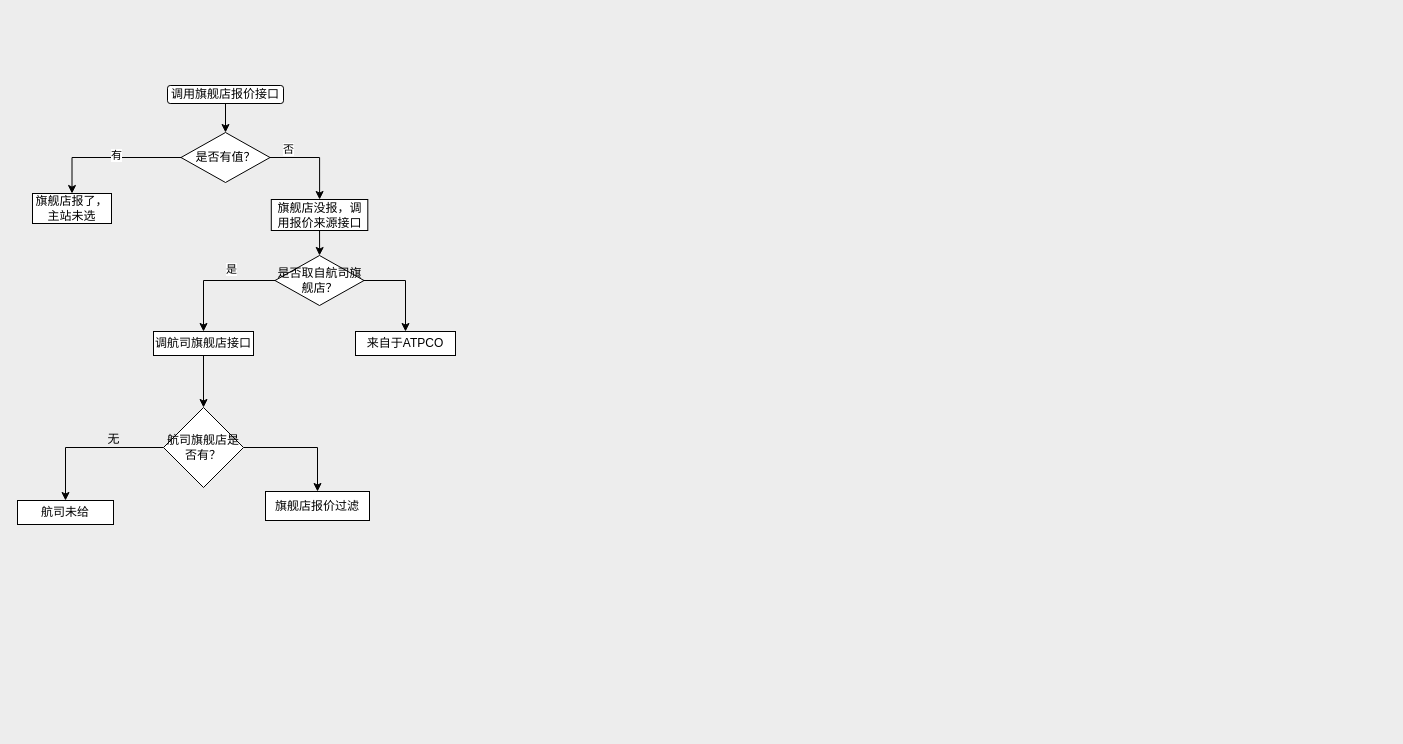
This is page "第 2 页" (2 of 2) of 国际qt中转问题.drawio from liuzhongye/draw-io, a draw.io file, before an edit. Source tidied: cells renumbered, new cells numbered last; positions are measured from the earlier drawing's top-left corner, leaving out a move shared by most shapes. Both pictures are drawn from the tidied source at 100%, with x=0, y=0 at pixel (17, 85).
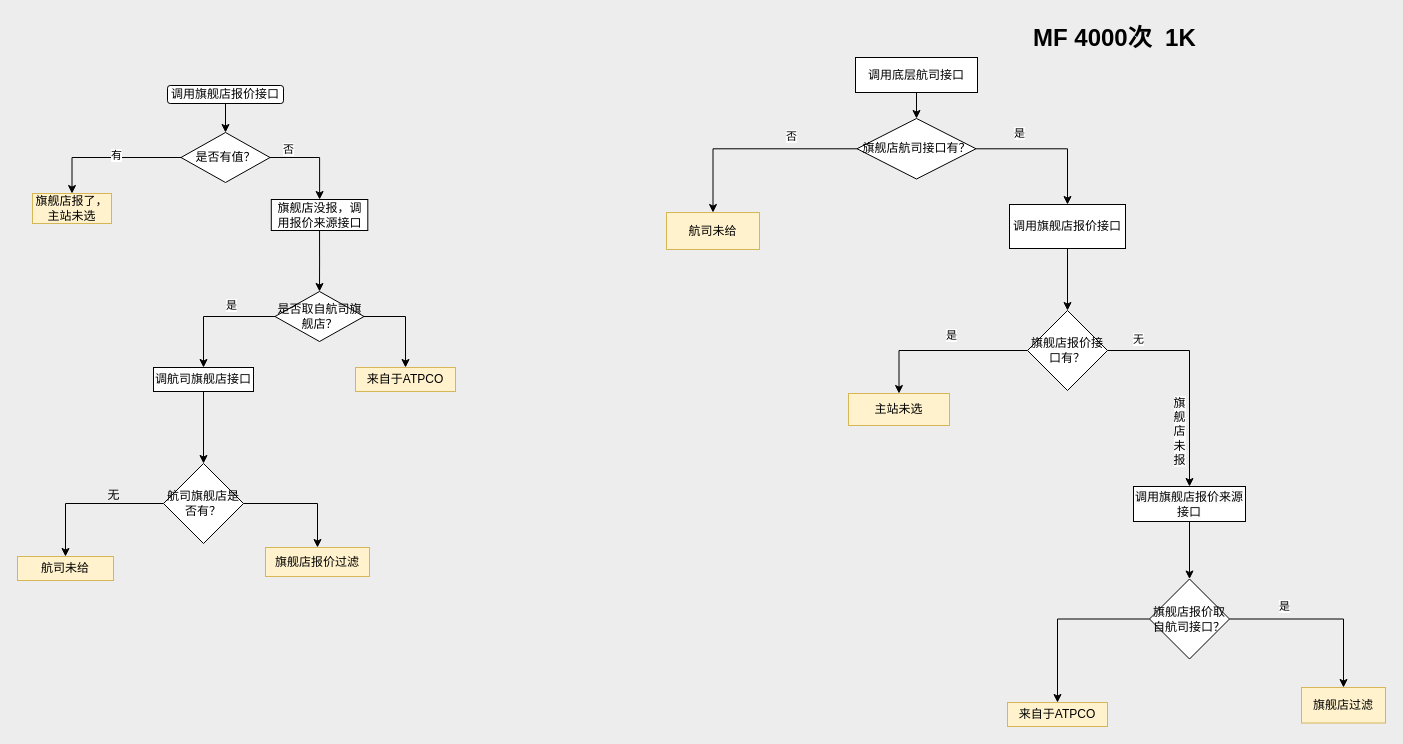
The same page after the edit.

Commit message:
更新国际qt中转问题.drawio

Diff of the diagram source:
```diff
@@
-    <mxCell id="9" value="旗舰店报了，&lt;div&gt;主站未选&lt;/div&gt;" style="whiteSpace=wrap;html=1;" parent="1" vertex="1">
+    <mxCell id="9" value="旗舰店报了，&lt;div&gt;主站未选&lt;/div&gt;" style="whiteSpace=wrap;html=1;fillColor=#fff2cc;strokeColor=#d6b656;" parent="1" vertex="1">
       <mxGeometry x="15" y="108" width="79" height="30" as="geometry" />
     </mxCell>
@@
     <mxCell id="14" value="是否取自航司旗舰店？" style="rhombus;whiteSpace=wrap;html=1;" parent="1" vertex="1">
-      <mxGeometry x="257.5" y="170" width="89" height="50" as="geometry" />
+      <mxGeometry x="257.5" y="206" width="89" height="50" as="geometry" />
     </mxCell>
@@
     <mxCell id="16" value="调航司旗舰店接口" style="whiteSpace=wrap;html=1;" parent="1" vertex="1">
-      <mxGeometry x="136" y="246" width="100" height="24" as="geometry" />
+      <mxGeometry x="136" y="282" width="100" height="24" as="geometry" />
     </mxCell>
-    <mxCell id="17" value="来自于ATPCO" style="whiteSpace=wrap;html=1;" parent="1" vertex="1">
-      <mxGeometry x="338" y="246" width="100" height="24" as="geometry" />
+    <mxCell id="17" value="来自于ATPCO" style="whiteSpace=wrap;html=1;fillColor=#fff2cc;strokeColor=#d6b656;" parent="1" vertex="1">
+      <mxGeometry x="338" y="282" width="100" height="24" as="geometry" />
     </mxCell>
@@
     <mxCell id="21" value="航司旗舰店是否有？" style="rhombus;whiteSpace=wrap;html=1;" parent="1" vertex="1">
-      <mxGeometry x="146" y="322" width="80" height="80" as="geometry" />
+      <mxGeometry x="146" y="378" width="80" height="80" as="geometry" />
     </mxCell>
-    <mxCell id="22" value="航司未给" style="whiteSpace=wrap;html=1;" parent="1" vertex="1">
-      <mxGeometry y="415" width="96" height="24" as="geometry" />
+    <mxCell id="22" value="航司未给" style="whiteSpace=wrap;html=1;fillColor=#fff2cc;strokeColor=#d6b656;" parent="1" vertex="1">
+      <mxGeometry y="471" width="96" height="24" as="geometry" />
     </mxCell>
     <mxCell id="23" value="无" style="text;html=1;align=center;verticalAlign=middle;strokeColor=none;fillColor=none;" parent="1" vertex="1">
-      <mxGeometry x="81" y="341" width="30" height="26" as="geometry" />
+      <mxGeometry x="81" y="397" width="30" height="26" as="geometry" />
     </mxCell>
-    <mxCell id="24" value="旗舰店报价过滤" style="whiteSpace=wrap;html=1;" parent="1" vertex="1">
-      <mxGeometry x="248" y="406" width="104" height="29" as="geometry" />
+    <mxCell id="24" value="旗舰店报价过滤" style="whiteSpace=wrap;html=1;fillColor=#fff2cc;strokeColor=#d6b656;" parent="1" vertex="1">
+      <mxGeometry x="248" y="462" width="104" height="29" as="geometry" />
     </mxCell>
+    <mxCell id="25" style="edgeStyle=orthogonalEdgeStyle;rounded=0;jettySize=auto;html=1;" parent="1" edge="1" source="26" target="31">
+      <mxGeometry relative="1" as="geometry" />
+    </mxCell>
+    <mxCell id="26" value="调用底层航司接口" style="rounded=0;whiteSpace=wrap;html=1;" parent="1" vertex="1">
+      <mxGeometry x="838" y="-28" width="122" height="35" as="geometry" />
+    </mxCell>
+    <mxCell id="27" style="edgeStyle=orthogonalEdgeStyle;rounded=0;jettySize=auto;html=1;" parent="1" edge="1" source="31" target="32">
+      <mxGeometry relative="1" as="geometry" />
+    </mxCell>
+    <mxCell id="28" value="否" style="edgeLabel;html=1;align=center;verticalAlign=middle;" parent="27" vertex="1">
+      <mxGeometry x="-0.38" relative="1" as="geometry">
+        <mxPoint x="-2" y="-13" as="offset" />
+      </mxGeometry>
+    </mxCell>
+    <mxCell id="29" style="edgeStyle=orthogonalEdgeStyle;rounded=0;jettySize=auto;html=1;" parent="1" edge="1" source="31" target="34">
+      <mxGeometry relative="1" as="geometry" />
+    </mxCell>
+    <mxCell id="30" value="是" style="edgeLabel;html=1;align=center;verticalAlign=middle;" parent="29" vertex="1">
+      <mxGeometry x="-0.33" y="1" relative="1" as="geometry">
+        <mxPoint x="-6" y="-15" as="offset" />
+      </mxGeometry>
+    </mxCell>
+    <mxCell id="31" value="旗舰店航司接口有？" style="rhombus;whiteSpace=wrap;html=1;rounded=0;" parent="1" vertex="1">
+      <mxGeometry x="839.5" y="33" width="119" height="60.5" as="geometry" />
+    </mxCell>
+    <mxCell id="32" value="航司未给" style="whiteSpace=wrap;html=1;rounded=0;fillColor=#fff2cc;strokeColor=#d6b656;" parent="1" vertex="1">
+      <mxGeometry x="649" y="127" width="93" height="37" as="geometry" />
+    </mxCell>
+    <mxCell id="33" style="edgeStyle=orthogonalEdgeStyle;rounded=0;jettySize=auto;html=1;" parent="1" edge="1" source="34" target="40">
+      <mxGeometry relative="1" as="geometry" />
+    </mxCell>
+    <mxCell id="34" value="调用旗舰店报价接口" style="whiteSpace=wrap;html=1;rounded=0;" parent="1" vertex="1">
+      <mxGeometry x="992" y="119" width="116" height="44" as="geometry" />
+    </mxCell>
+    <mxCell id="35" style="edgeStyle=orthogonalEdgeStyle;rounded=0;jettySize=auto;html=1;" parent="1" edge="1" source="40" target="41">
+      <mxGeometry relative="1" as="geometry" />
+    </mxCell>
+    <mxCell id="36" value="是" style="edgeLabel;html=1;align=center;verticalAlign=middle;" parent="35" vertex="1">
+      <mxGeometry x="-0.16" relative="1" as="geometry">
+        <mxPoint x="-5" y="-16" as="offset" />
+      </mxGeometry>
+    </mxCell>
+    <mxCell id="37" style="edgeStyle=orthogonalEdgeStyle;rounded=0;jettySize=auto;html=1;entryX=0.5;entryY=0;entryDx=0;entryDy=0;" parent="1" edge="1" source="40" target="43">
+      <mxGeometry relative="1" as="geometry" />
+    </mxCell>
+    <mxCell id="38" value="&lt;span style=&quot;font-size: 12px; text-wrap: wrap; background-color: rgb(251, 251, 251);&quot;&gt;旗舰店未报&lt;/span&gt;" style="edgeLabel;html=1;align=center;verticalAlign=middle;" parent="37" vertex="1">
+      <mxGeometry x="-0.55" relative="1" as="geometry">
+        <mxPoint x="22" y="80" as="offset" />
+      </mxGeometry>
+    </mxCell>
+    <mxCell id="39" value="无" style="edgeLabel;html=1;align=center;verticalAlign=middle;" parent="37" vertex="1">
+      <mxGeometry x="-0.71" y="-1" relative="1" as="geometry">
+        <mxPoint x="-2" y="-13" as="offset" />
+      </mxGeometry>
+    </mxCell>
+    <mxCell id="40" value="旗舰店报价接口有？" style="rhombus;whiteSpace=wrap;html=1;rounded=0;" parent="1" vertex="1">
+      <mxGeometry x="1010" y="225" width="80" height="80" as="geometry" />
+    </mxCell>
+    <mxCell id="41" value="主站未选" style="whiteSpace=wrap;html=1;rounded=0;fillColor=#fff2cc;strokeColor=#d6b656;" parent="1" vertex="1">
+      <mxGeometry x="831" y="308" width="101" height="32" as="geometry" />
+    </mxCell>
+    <mxCell id="42" style="edgeStyle=orthogonalEdgeStyle;rounded=0;jettySize=auto;html=1;" parent="1" edge="1" source="43" target="47">
+      <mxGeometry relative="1" as="geometry" />
+    </mxCell>
+    <mxCell id="43" value="&lt;span style=&quot;color: rgb(0, 0, 0); font-family: Helvetica; font-size: 12px; font-style: normal; font-variant-ligatures: normal; font-variant-caps: normal; font-weight: 400; letter-spacing: normal; orphans: 2; text-align: center; text-indent: 0px; text-transform: none; widows: 2; word-spacing: 0px; -webkit-text-stroke-width: 0px; white-space: normal; background-color: rgb(251, 251, 251); text-decoration-thickness: initial; text-decoration-style: initial; text-decoration-color: initial; display: inline !important; float: none;&quot;&gt;调用旗舰店报价来源接口&lt;/span&gt;" style="whiteSpace=wrap;html=1;rounded=0;" parent="1" vertex="1">
+      <mxGeometry x="1116" y="401" width="112" height="35" as="geometry" />
+    </mxCell>
+    <mxCell id="44" style="edgeStyle=orthogonalEdgeStyle;rounded=0;jettySize=auto;html=1;" parent="1" edge="1" source="47" target="48">
+      <mxGeometry relative="1" as="geometry" />
+    </mxCell>
+    <mxCell id="45" value="是" style="edgeLabel;html=1;align=center;verticalAlign=middle;" parent="44" vertex="1">
+      <mxGeometry x="-0.29" y="1" relative="1" as="geometry">
+        <mxPoint x="-11" y="-12" as="offset" />
+      </mxGeometry>
+    </mxCell>
+    <mxCell id="46" style="edgeStyle=orthogonalEdgeStyle;rounded=0;jettySize=auto;html=1;exitX=0;exitY=0.5;exitDx=0;exitDy=0;" parent="1" edge="1" source="47" target="49">
+      <mxGeometry relative="1" as="geometry" />
+    </mxCell>
+    <mxCell id="47" value="旗舰店报价取自航司接口？" style="rhombus;whiteSpace=wrap;html=1;rounded=0;" parent="1" vertex="1">
+      <mxGeometry x="1132" y="493.5" width="80" height="80" as="geometry" />
+    </mxCell>
+    <mxCell id="48" value="旗舰店过滤" style="whiteSpace=wrap;html=1;rounded=0;fillColor=#fff2cc;strokeColor=#d6b656;" parent="1" vertex="1">
+      <mxGeometry x="1284" y="602" width="84" height="35.5" as="geometry" />
+    </mxCell>
+    <mxCell id="49" value="来自于ATPCO" style="whiteSpace=wrap;html=1;fillColor=#fff2cc;strokeColor=#d6b656;" parent="1" vertex="1">
+      <mxGeometry x="990" y="617" width="100" height="24" as="geometry" />
+    </mxCell>
+    <mxCell id="50" value="&lt;h1 style=&quot;margin-top: 0px;&quot;&gt;MF 4000次&amp;nbsp; 1K&lt;/h1&gt;" style="text;html=1;whiteSpace=wrap;overflow=hidden;rounded=0;" parent="1" vertex="1">
+      <mxGeometry x="1014" y="-68" width="213" height="36" as="geometry" />
+    </mxCell>
```
